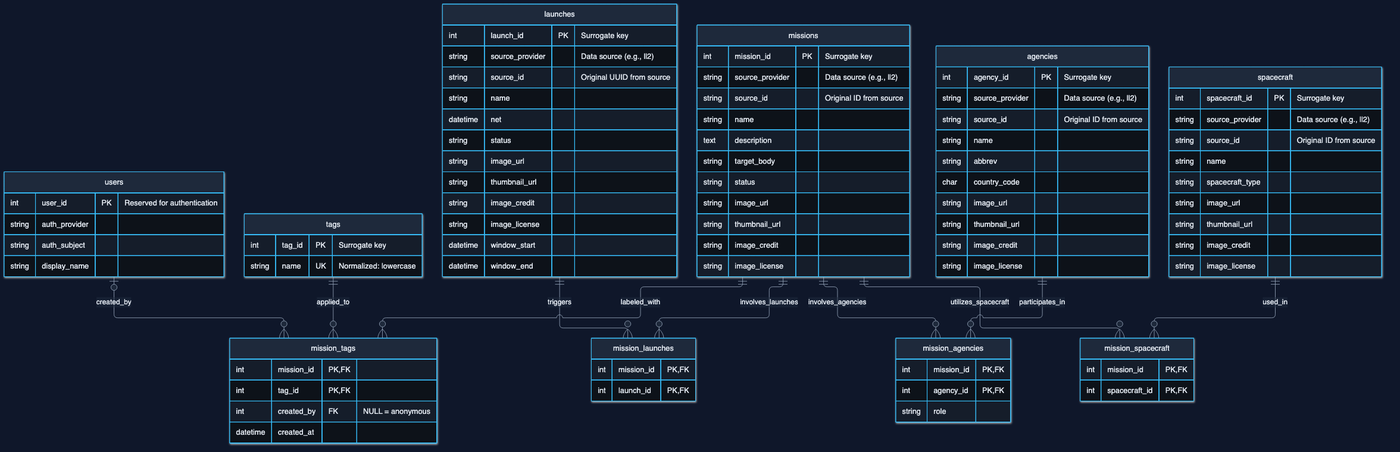
Above: specs/db/diagram.png in CRKL-SDSU/CRKL (Mermaid), before the change. Its source is kept beside it as specs/db/diagram.mmd.
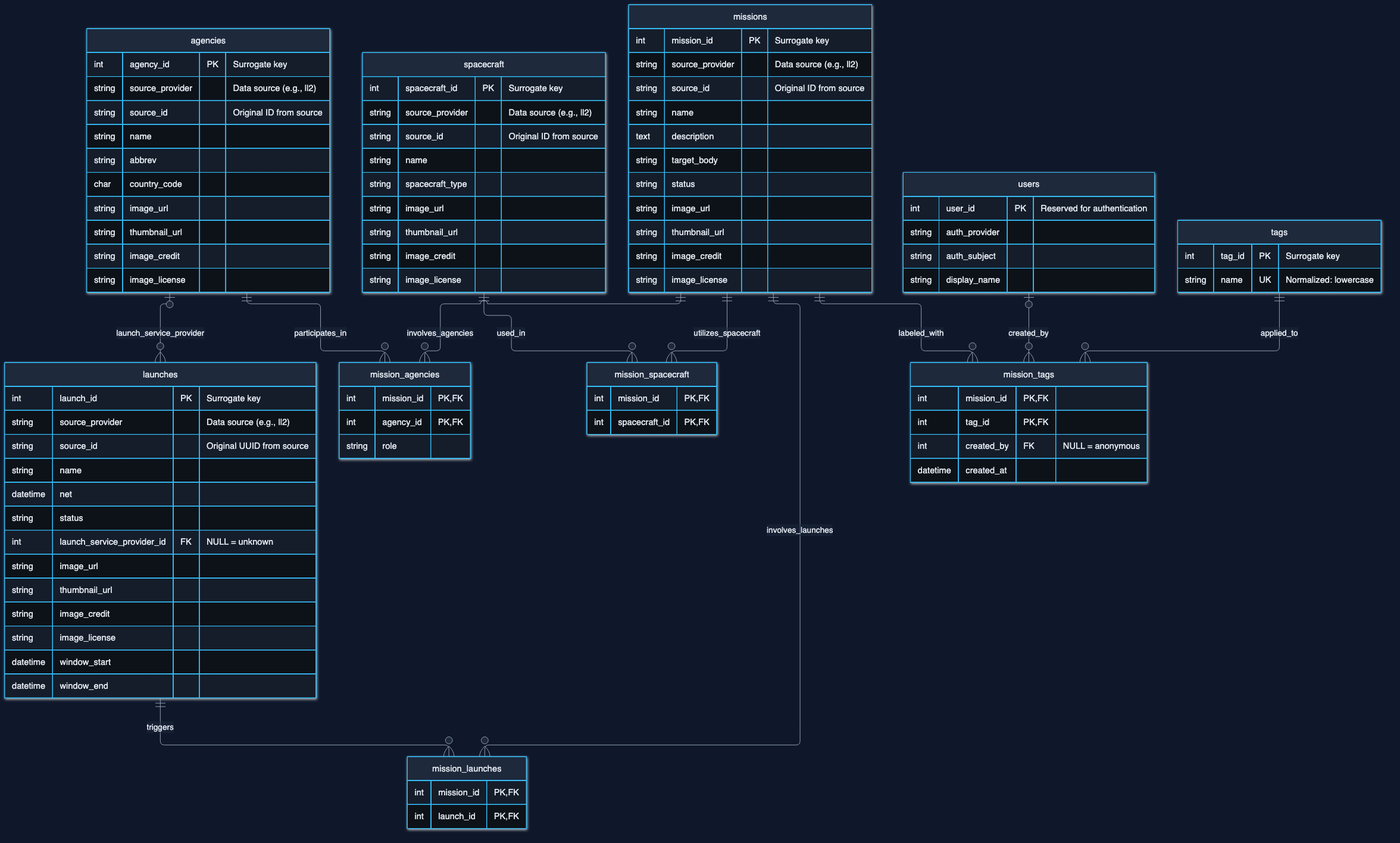
The same file after the commit.

The edit, as a diff of the source:
```diff
@@ -2,6 +2,7 @@
     agencies ||--o{ mission_agencies : "participates_in"
     missions ||--o{ mission_agencies : "involves_agencies"
     launches ||--o{ mission_launches : "triggers"
+    agencies |o--o{ launches : "launch_service_provider"
     missions ||--o{ mission_launches : "involves_launches"
     spacecraft ||--o{ mission_spacecraft : "used_in"
     missions ||--o{ mission_spacecraft : "utilizes_spacecraft"
@@ -29,6 +30,7 @@
         string name
         datetime net
         string status
+        int launch_service_provider_id FK "NULL = unknown"
         string image_url
         string thumbnail_url
         string image_credit
```
